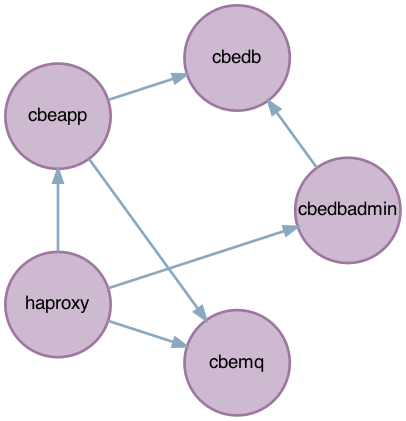
Before: research/images/convert-docker-compose-file-to-graph/output.png, a diagram exported from Graphviz (anwarghammam/CIS580). Its source is kept beside it as research/images/convert-docker-compose-file-to-graph/output.dot.
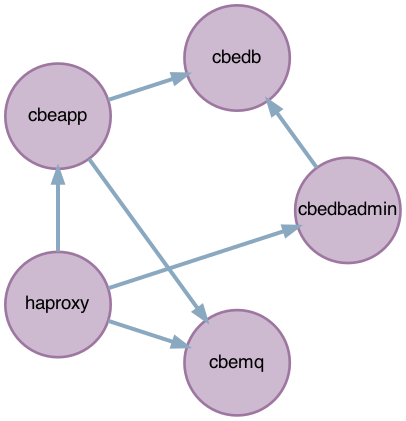
After the change.

The edit, as a diff of the source:
```diff
@@ -4,7 +4,7 @@
     layout="circo";
 
     graph[bgcolor=transparent]
-    edge [color="#8aa9c0", penwidth=2]
+    edge [color="#8aa9c0", penwidth=3]
 
     node [style=filled, fillcolor="#9e77a180", color="#9e77a1", penwidth=2, fontname = "helvetica"]
 
```
